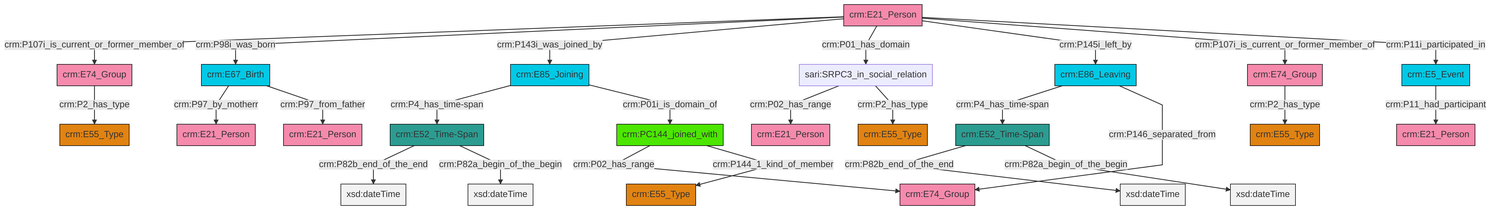
Before: et/personCSV/ttl/mmd/png/Person_Actor_Relations.png, a diagram exported from Mermaid (swiss-art-research-net/reference-data-models). Its source is kept beside it as et/personCSV/ttl/mmd/Person_Actor_Relations.ttl.mmd.
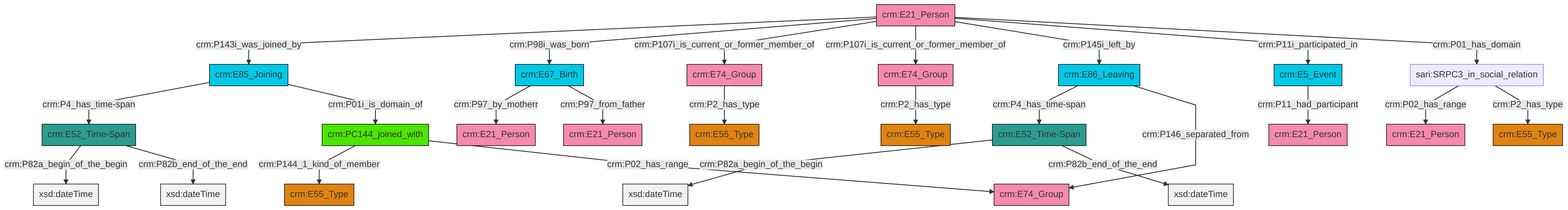
The same diagram one commit later.

Diff of the diagram source:
```diff
@@ -14,26 +14,26 @@
 classDef Multi fill:#cccccc,stroke:#000000;
 
 0["sari:SRPC3_in_social_relation"]:::Default -->|crm:P02_has_range| 1["crm:E21_Person"]:::Actor
-3["crm:PC144_joined_with"]:::PC_Classes -->|crm:P02_has_range| 4["crm:E74_Group"]:::Actor
-5["crm:E21_Person"]:::Actor -->|crm:P107i_is_current_or_former_member_of| 6["crm:E74_Group"]:::Actor
-5["crm:E21_Person"]:::Actor -->|crm:P98i_was_born| 7["crm:E67_Birth"]:::Temporal_Entity
-9["crm:E52_Time-Span"]:::Time-Span -->|crm:P82b_end_of_the_end| 10[xsd:dateTime]:::Literal
-13["crm:E52_Time-Span"]:::Time-Span -->|crm:P82b_end_of_the_end| 14[xsd:dateTime]:::Literal
+2["crm:E85_Joining"]:::Temporal_Entity -->|crm:P4_has_time-span| 3["crm:E52_Time-Span"]:::Time-Span
+6["crm:E21_Person"]:::Actor -->|crm:P143i_was_joined_by| 2["crm:E85_Joining"]:::Temporal_Entity
+2["crm:E85_Joining"]:::Temporal_Entity -->|crm:P01i_is_domain_of| 4["crm:PC144_joined_with"]:::PC_Classes
+6["crm:E21_Person"]:::Actor -->|crm:P98i_was_born| 7["crm:E67_Birth"]:::Temporal_Entity
+6["crm:E21_Person"]:::Actor -->|crm:P107i_is_current_or_former_member_of| 9["crm:E74_Group"]:::Actor
+7["crm:E67_Birth"]:::Temporal_Entity -->|crm:P97_by_motherr| 10["crm:E21_Person"]:::Actor
 0["sari:SRPC3_in_social_relation"]:::Default -->|crm:P2_has_type| 15["crm:E55_Type"]:::Type
-19["crm:E74_Group"]:::Actor -->|crm:P2_has_type| 20["crm:E55_Type"]:::Type
-3["crm:PC144_joined_with"]:::PC_Classes -->|crm:P144_1_kind_of_member| 11["crm:E55_Type"]:::Type
-13["crm:E52_Time-Span"]:::Time-Span -->|crm:P82a_begin_of_the_begin| 30[xsd:dateTime]:::Literal
-32["crm:E86_Leaving"]:::Temporal_Entity -->|crm:P4_has_time-span| 9["crm:E52_Time-Span"]:::Time-Span
-9["crm:E52_Time-Span"]:::Time-Span -->|crm:P82a_begin_of_the_begin| 33[xsd:dateTime]:::Literal
-16["crm:E5_Event"]:::Temporal_Entity -->|crm:P11_had_participant| 36["crm:E21_Person"]:::Actor
-37["crm:E85_Joining"]:::Temporal_Entity -->|crm:P4_has_time-span| 13["crm:E52_Time-Span"]:::Time-Span
-32["crm:E86_Leaving"]:::Temporal_Entity -->|crm:P146_separated_from| 4["crm:E74_Group"]:::Actor
-5["crm:E21_Person"]:::Actor -->|crm:P143i_was_joined_by| 37["crm:E85_Joining"]:::Temporal_Entity
-6["crm:E74_Group"]:::Actor -->|crm:P2_has_type| 21["crm:E55_Type"]:::Type
-5["crm:E21_Person"]:::Actor -->|crm:P01_has_domain| 0["sari:SRPC3_in_social_relation"]:::Default
-5["crm:E21_Person"]:::Actor -->|crm:P145i_left_by| 32["crm:E86_Leaving"]:::Temporal_Entity
-7["crm:E67_Birth"]:::Temporal_Entity -->|crm:P97_by_motherr| 23["crm:E21_Person"]:::Actor
-5["crm:E21_Person"]:::Actor -->|crm:P107i_is_current_or_former_member_of| 19["crm:E74_Group"]:::Actor
-5["crm:E21_Person"]:::Actor -->|crm:P11i_participated_in| 16["crm:E5_Event"]:::Temporal_Entity
-37["crm:E85_Joining"]:::Temporal_Entity -->|crm:P01i_is_domain_of| 3["crm:PC144_joined_with"]:::PC_Classes
-7["crm:E67_Birth"]:::Temporal_Entity -->|crm:P97_from_father| 26["crm:E21_Person"]:::Actor
+17["crm:E74_Group"]:::Actor -->|crm:P2_has_type| 18["crm:E55_Type"]:::Type
+7["crm:E67_Birth"]:::Temporal_Entity -->|crm:P97_from_father| 20["crm:E21_Person"]:::Actor
+4["crm:PC144_joined_with"]:::PC_Classes -->|crm:P144_1_kind_of_member| 11["crm:E55_Type"]:::Type
+3["crm:E52_Time-Span"]:::Time-Span -->|crm:P82a_begin_of_the_begin| 24[xsd:dateTime]:::Literal
+6["crm:E21_Person"]:::Actor -->|crm:P107i_is_current_or_former_member_of| 17["crm:E74_Group"]:::Actor
+28["crm:E86_Leaving"]:::Temporal_Entity -->|crm:P4_has_time-span| 26["crm:E52_Time-Span"]:::Time-Span
+6["crm:E21_Person"]:::Actor -->|crm:P145i_left_by| 28["crm:E86_Leaving"]:::Temporal_Entity
+28["crm:E86_Leaving"]:::Temporal_Entity -->|crm:P146_separated_from| 29["crm:E74_Group"]:::Actor
+26["crm:E52_Time-Span"]:::Time-Span -->|crm:P82a_begin_of_the_begin| 36[xsd:dateTime]:::Literal
+6["crm:E21_Person"]:::Actor -->|crm:P11i_participated_in| 34["crm:E5_Event"]:::Temporal_Entity
+34["crm:E5_Event"]:::Temporal_Entity -->|crm:P11_had_participant| 37["crm:E21_Person"]:::Actor
+4["crm:PC144_joined_with"]:::PC_Classes -->|crm:P02_has_range| 29["crm:E74_Group"]:::Actor
+26["crm:E52_Time-Span"]:::Time-Span -->|crm:P82b_end_of_the_end| 39[xsd:dateTime]:::Literal
+9["crm:E74_Group"]:::Actor -->|crm:P2_has_type| 31["crm:E55_Type"]:::Type
+6["crm:E21_Person"]:::Actor -->|crm:P01_has_domain| 0["sari:SRPC3_in_social_relation"]:::Default
+3["crm:E52_Time-Span"]:::Time-Span -->|crm:P82b_end_of_the_end| 45[xsd:dateTime]:::Literal
```
